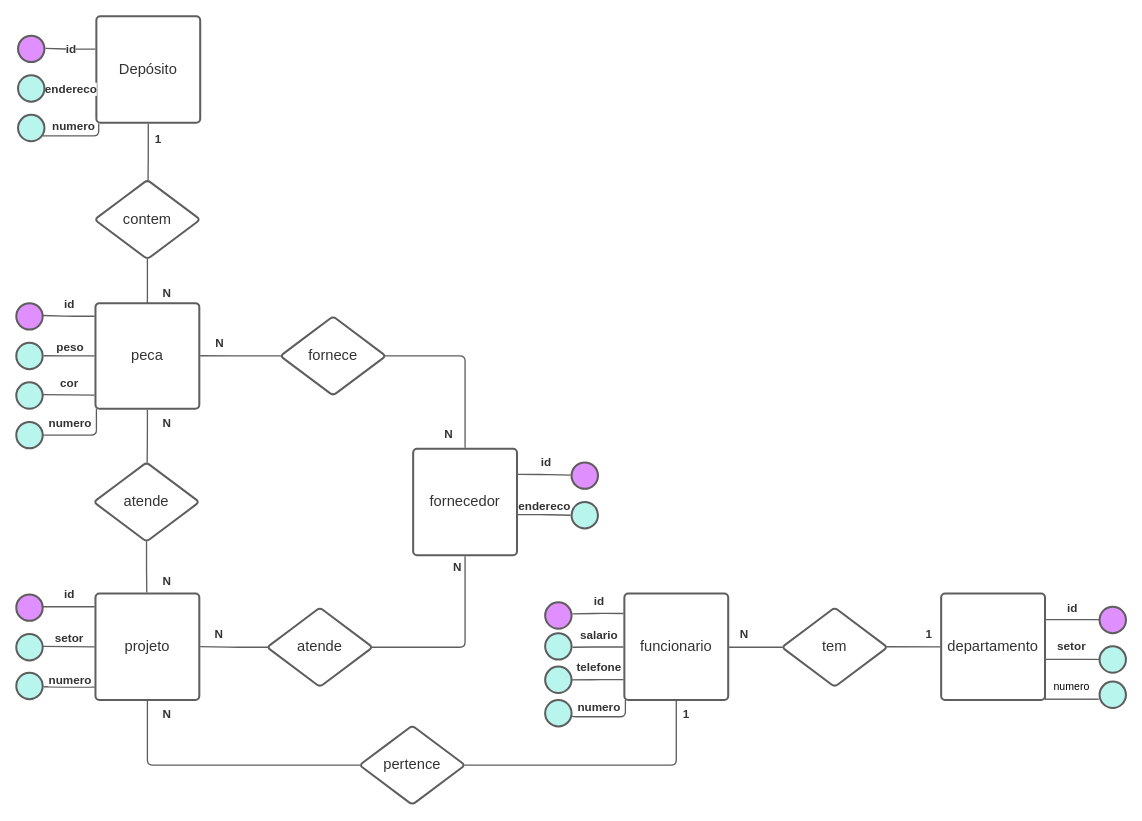
This is page "Página-1" (1 of 3) of Diagrama sem nome.drawio from CaduuuS2/CaduuuS2, a draw.io file, before an edit. Source tidied: cells renumbered, new cells numbered last; positions are measured from the earlier drawing's top-left corner, leaving out a move shared by most shapes. Both pictures are drawn from the tidied source at 88%, with x=0, y=0 at pixel (16, 16).
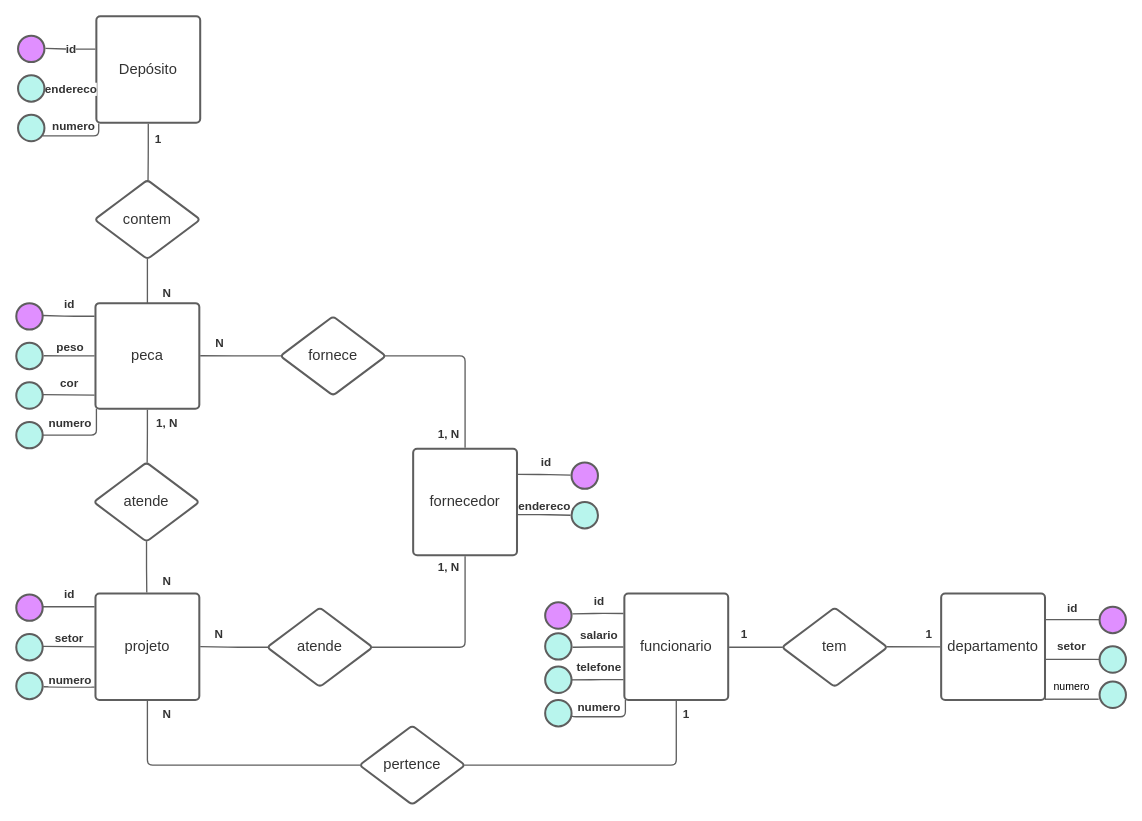
The same page after the edit.

The change refers to these unchanged cells:
```xml
<mxCell id="51" style="html=1;jettySize=18;whiteSpace=wrap;fontSize=13;strokeColor=#5E5E5E;strokeWidth=1.5;rounded=1;arcSize=12;edgeStyle=orthogonalEdgeStyle;startArrow=none;endArrow=none;exitX=0.5;exitY=1.009;exitPerimeter=0;entryX=0.506;entryY=0.005;entryPerimeter=0;lucidId=HvkIkRtzUAPj;" parent="1" edge="1" source="26" target="50">
  <mxGeometry relative="1" as="geometry" />
</mxCell>
<mxCell id="55" style="html=1;jettySize=18;whiteSpace=wrap;fontSize=13;strokeColor=#5E5E5E;strokeWidth=1.5;rounded=1;arcSize=12;edgeStyle=orthogonalEdgeStyle;startArrow=none;endArrow=none;exitX=0.5;exitY=1.009;exitPerimeter=0;entryX=0.991;entryY=0.5;entryPerimeter=0;lucidId=xykIh6G4ZGhu;" parent="1" edge="1" source="34" target="57">
  <mxGeometry relative="1" as="geometry">
    <Array as="points">
      <mxPoint x="510" y="717" />
    </Array>
  </mxGeometry>
</mxCell>
<mxCell id="68" style="html=1;jettySize=18;whiteSpace=wrap;fontSize=13;strokeColor=#5E5E5E;strokeWidth=1.5;rounded=1;arcSize=12;edgeStyle=orthogonalEdgeStyle;startArrow=none;endArrow=none;exitX=0.5;exitY=-0.009;exitPerimeter=0;entryX=0.991;entryY=0.5;entryPerimeter=0;lucidId=2IkIhX5xWK.R;" parent="1" edge="1" source="34" target="70">
  <mxGeometry relative="1" as="geometry">
    <Array as="points">
      <mxPoint x="510" y="386" />
    </Array>
  </mxGeometry>
</mxCell>
<mxCell id="78" style="html=1;jettySize=18;whiteSpace=wrap;fontSize=13.3;fontColor=#333333;fontStyle=1;strokeColor=#5E5E5E;strokeWidth=1.5;rounded=1;arcSize=12;edgeStyle=orthogonalEdgeStyle;startArrow=none;endArrow=none;exitX=0.009;exitY=0.5;exitPerimeter=0;entryX=1.009;entryY=0.504;entryPerimeter=0;lucidId=g3kIVmlv53q5;" parent="1" edge="1" source="44" target="9">
  <mxGeometry relative="1" as="geometry" />
</mxCell>
```

Diff of the diagram source:
```diff
@@
-    <mxCell id="52" value="N" style="text;html=1;labelBackgroundColor=default;align=center;verticalAlign=middle;fontStyle=1;fontColor=#333333;fontSize=13.3;" parent="51" vertex="1">
+    <mxCell id="52" value="1, N" style="text;html=1;labelBackgroundColor=default;align=center;verticalAlign=middle;fontStyle=1;fontColor=#333333;fontSize=13.3;" parent="51" vertex="1">
       <mxGeometry x="-0.35" relative="1" as="geometry">
         <mxPoint x="21" y="-6" as="offset" />
       </mxGeometry>
     </mxCell>
@@
-    <mxCell id="56" value="N" style="text;html=1;labelBackgroundColor=default;align=center;verticalAlign=middle;fontStyle=1;fontColor=#333333;fontSize=13.3;" parent="55" vertex="1">
+    <mxCell id="56" value="1, N" style="text;html=1;labelBackgroundColor=default;align=center;verticalAlign=middle;fontStyle=1;fontColor=#333333;fontSize=13.3;" parent="55" vertex="1">
       <mxGeometry x="-0.85" relative="1" as="geometry">
-        <mxPoint x="-10" y="-4" as="offset" />
+        <mxPoint x="-20" y="-4" as="offset" />
       </mxGeometry>
     </mxCell>
+    <mxCell id="96" style="edgeStyle=orthogonalEdgeStyle;rounded=0;orthogonalLoop=1;jettySize=auto;html=1;exitX=0;exitY=0;exitDx=0;exitDy=0;" parent="55" edge="1" source="56" target="56">
+      <mxGeometry relative="1" as="geometry" />
+    </mxCell>
@@
-    <mxCell id="69" value="N" style="text;html=1;labelBackgroundColor=default;align=center;verticalAlign=middle;fontStyle=1;fontColor=#333333;fontSize=13.3;" parent="68" vertex="1">
+    <mxCell id="69" value="1, N" style="text;html=1;labelBackgroundColor=default;align=center;verticalAlign=middle;fontStyle=1;fontColor=#333333;fontSize=13.3;" parent="68" vertex="1">
       <mxGeometry x="-0.86" relative="1" as="geometry">
         <mxPoint x="-20" y="-2" as="offset" />
       </mxGeometry>
     </mxCell>
@@
-    <mxCell id="79" value="N" style="text;html=1;labelBackgroundColor=default;align=center;verticalAlign=middle;fontStyle=1;fontColor=#333333;fontSize=13.3;" parent="78" vertex="1">
+    <mxCell id="79" value="1" style="text;html=1;labelBackgroundColor=default;align=center;verticalAlign=middle;fontStyle=1;fontColor=#333333;fontSize=13.3;" parent="78" vertex="1">
       <mxGeometry x="0.49" relative="1" as="geometry">
         <mxPoint y="-15" as="offset" />
       </mxGeometry>
     </mxCell>
```
